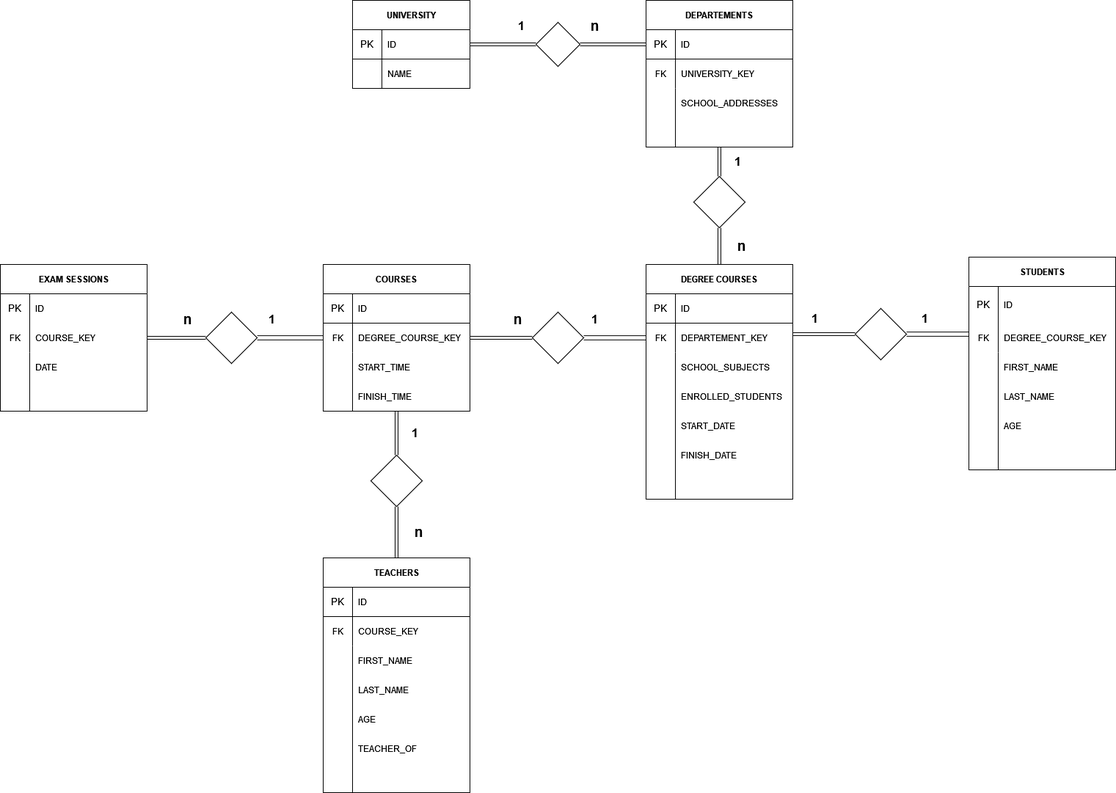
Above: img/Untitled Diagram.drawio.png in tiiaaaa/db-university (draw.io), before the change. Source tidied: cells renumbered, new cells last; positions are measured from the earlier drawing's top-left corner, leaving out a move shared by most shapes.
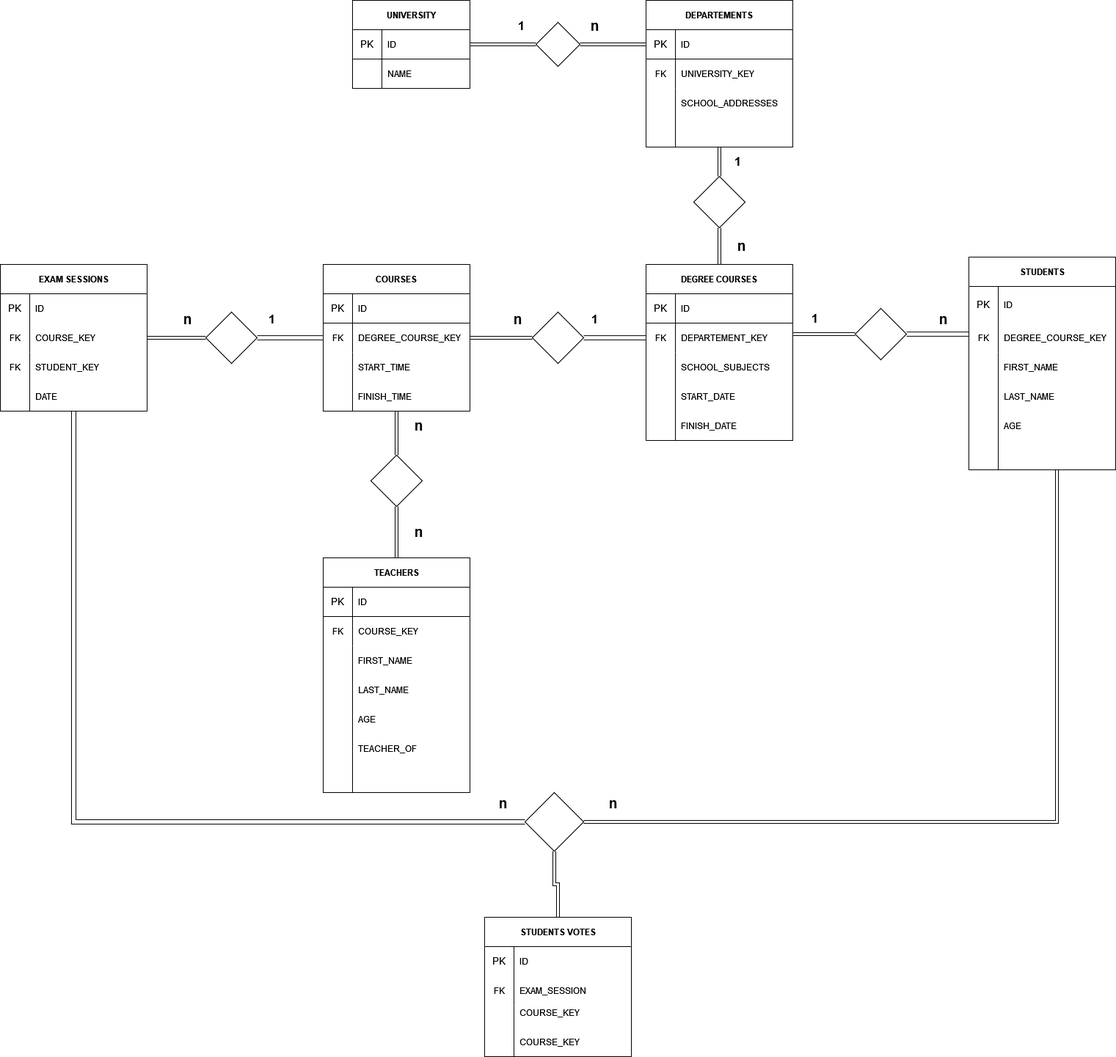
Above is the later version.

Commit message:
aggiunto penultimo punto e provato a eseguire l'ultimo punto della lista

Change to the diagram source:
```diff
@@ -81,7 +81,7 @@
       <mxGeometry relative="1" as="geometry" />
     </mxCell>
     <mxCell id="27" value="DEGREE COURSES" style="shape=table;startSize=40;rowLines=0;fontStyle=1;strokeColor=default;strokeWidth=1;swimlaneFillColor=none;" parent="1" vertex="1">
-      <mxGeometry x="880" y="360" width="200" height="320" as="geometry" />
+      <mxGeometry x="880" y="360" width="200" height="240" as="geometry" />
     </mxCell>
     <mxCell id="28" style="shape=tableRow;horizontal=0;startSize=0;swimlaneHead=0;swimlaneBody=0;top=0;left=0;bottom=0;right=0;fillColor=none;" parent="27" vertex="1">
       <mxGeometry y="40" width="200" height="40" as="geometry" />
@@ -119,7 +119,7 @@
       <mxGeometry x="910" y="120" width="20" height="80" as="geometry" />
     </mxCell>
     <mxCell id="39" style="line;strokeWidth=1;html=1;fontSize=19;direction=south;" parent="1" vertex="1">
-      <mxGeometry x="910" y="480" width="20" height="200" as="geometry" />
+      <mxGeometry x="910" y="480" width="20" height="120" as="geometry" />
     </mxCell>
     <mxCell id="40" value="&lt;b&gt;&lt;font style=&quot;font-size: 17px&quot;&gt;1&lt;/font&gt;&lt;/b&gt;" style="text;html=1;align=center;verticalAlign=middle;strokeColor=none;fillColor=none;fontSize=13;" parent="1" vertex="1">
       <mxGeometry x="995" y="210" width="20" height="20" as="geometry" />
@@ -214,9 +214,6 @@
     <mxCell id="70" value="TEACHER_OF" style="shape=partialRectangle;html=1;whiteSpace=wrap;fillColor=none;top=0;left=0;bottom=0;right=0;align=left;spacingLeft=6;overflow=hidden;" parent="1" vertex="1">
       <mxGeometry x="480" y="1000" width="160" height="40" as="geometry" />
     </mxCell>
-    <mxCell id="71" value="&lt;b&gt;&lt;font style=&quot;font-size: 17px&quot;&gt;1&lt;/font&gt;&lt;/b&gt;" style="text;html=1;align=center;verticalAlign=middle;strokeColor=none;fillColor=none;fontSize=13;" parent="1" vertex="1">
-      <mxGeometry x="555" y="580" width="20" height="20" as="geometry" />
-    </mxCell>
     <mxCell id="72" value="&lt;font style=&quot;font-size: 19px&quot;&gt;&lt;b&gt;n&lt;/b&gt;&lt;/font&gt;" style="text;html=1;align=center;verticalAlign=middle;strokeColor=none;fillColor=none;fontSize=17;" parent="1" vertex="1">
       <mxGeometry x="555" y="710" width="30" height="30" as="geometry" />
     </mxCell>
@@ -252,15 +249,19 @@
     <mxCell id="82" style="rhombus;whiteSpace=wrap;html=1;startSize=40;fontStyle=1;strokeWidth=1;swimlaneFillColor=none;" parent="1" vertex="1">
       <mxGeometry x="280" y="425" width="70" height="70" as="geometry" />
     </mxCell>
-    <mxCell id="83" value="ENROLLED_STUDENTS" style="shape=partialRectangle;html=1;whiteSpace=wrap;fillColor=none;top=0;left=0;bottom=0;right=0;align=left;spacingLeft=6;overflow=hidden;" parent="1" vertex="1">
-      <mxGeometry x="920" y="520" width="160" height="40" as="geometry" />
-    </mxCell>
     <mxCell id="84" value="&lt;b&gt;&lt;font style=&quot;font-size: 17px&quot;&gt;1&lt;/font&gt;&lt;/b&gt;" style="text;html=1;align=center;verticalAlign=middle;strokeColor=none;fillColor=none;fontSize=13;" parent="1" vertex="1">
       <mxGeometry x="360" y="425" width="20" height="20" as="geometry" />
     </mxCell>
     <mxCell id="85" value="&lt;font style=&quot;font-size: 19px&quot;&gt;&lt;b&gt;n&lt;/b&gt;&lt;/font&gt;" style="text;html=1;align=center;verticalAlign=middle;strokeColor=none;fillColor=none;fontSize=17;" parent="1" vertex="1">
       <mxGeometry x="240" y="420" width="30" height="30" as="geometry" />
     </mxCell>
+    <mxCell id="109" style="edgeStyle=orthogonalEdgeStyle;shape=link;rounded=0;jettySize=auto;html=1;fontSize=19;elbow=vertical;" parent="1" edge="1" source="86" target="112">
+      <mxGeometry relative="1" as="geometry">
+        <Array as="points">
+          <mxPoint x="1440" y="1120" />
+        </Array>
+      </mxGeometry>
+    </mxCell>
     <mxCell id="86" value="STUDENTS" style="shape=table;startSize=40;rowLines=0;fontStyle=1;strokeColor=default;strokeWidth=1;swimlaneFillColor=none;" parent="1" vertex="1">
       <mxGeometry x="1320" y="350" width="200" height="290" as="geometry" />
     </mxCell>
@@ -301,9 +302,6 @@
     <mxCell id="97" style="line;strokeWidth=1;html=1;fontSize=19;direction=south;" parent="1" vertex="1">
       <mxGeometry x="30" y="480" width="20" height="80" as="geometry" />
     </mxCell>
-    <mxCell id="98" value="&lt;b&gt;&lt;font style=&quot;font-size: 17px&quot;&gt;1&lt;/font&gt;&lt;/b&gt;" style="text;html=1;align=center;verticalAlign=middle;strokeColor=none;fillColor=none;fontSize=13;" parent="1" vertex="1">
-      <mxGeometry x="1250" y="424" width="20" height="20" as="geometry" />
-    </mxCell>
     <mxCell id="99" value="&lt;b&gt;&lt;font style=&quot;font-size: 17px&quot;&gt;1&lt;/font&gt;&lt;/b&gt;" style="text;html=1;align=center;verticalAlign=middle;strokeColor=none;fillColor=none;fontSize=13;" parent="1" vertex="1">
       <mxGeometry x="1100" y="424" width="20" height="20" as="geometry" />
     </mxCell>
@@ -320,13 +318,13 @@
       <mxGeometry x="480" y="920" width="160" height="40" as="geometry" />
     </mxCell>
     <mxCell id="104" value="DATE" style="shape=partialRectangle;html=1;whiteSpace=wrap;fillColor=none;top=0;left=0;bottom=0;right=0;align=left;spacingLeft=6;overflow=hidden;" parent="1" vertex="1">
-      <mxGeometry x="40" y="480" width="160" height="40" as="geometry" />
+      <mxGeometry x="40" y="520" width="160" height="40" as="geometry" />
     </mxCell>
     <mxCell id="105" value="START_DATE" style="shape=partialRectangle;html=1;whiteSpace=wrap;fillColor=none;top=0;left=0;bottom=0;right=0;align=left;spacingLeft=6;overflow=hidden;" parent="1" vertex="1">
-      <mxGeometry x="920" y="560" width="160" height="40" as="geometry" />
+      <mxGeometry x="920" y="520" width="160" height="40" as="geometry" />
     </mxCell>
     <mxCell id="106" value="FINISH_DATE" style="shape=partialRectangle;html=1;whiteSpace=wrap;fillColor=none;top=0;left=0;bottom=0;right=0;align=left;spacingLeft=6;overflow=hidden;" parent="1" vertex="1">
-      <mxGeometry x="920" y="600" width="160" height="40" as="geometry" />
+      <mxGeometry x="920" y="560" width="160" height="40" as="geometry" />
     </mxCell>
     <mxCell id="107" value="START_TIME" style="shape=partialRectangle;html=1;whiteSpace=wrap;fillColor=none;top=0;left=0;bottom=0;right=0;align=left;spacingLeft=6;overflow=hidden;" parent="1" vertex="1">
       <mxGeometry x="480" y="480" width="160" height="40" as="geometry" />
@@ -334,5 +332,67 @@
     <mxCell id="108" value="FINISH_TIME" style="shape=partialRectangle;html=1;whiteSpace=wrap;fillColor=none;top=0;left=0;bottom=0;right=0;align=left;spacingLeft=6;overflow=hidden;" parent="1" vertex="1">
       <mxGeometry x="480" y="520" width="160" height="40" as="geometry" />
     </mxCell>
+    <mxCell id="110" style="edgeStyle=orthogonalEdgeStyle;shape=link;rounded=0;jettySize=auto;html=1;fontSize=19;elbow=vertical;width=-6;" parent="1" edge="1" source="112">
+      <mxGeometry relative="1" as="geometry">
+        <mxPoint x="100" y="560" as="targetPoint" />
+        <Array as="points">
+          <mxPoint x="100" y="1120" />
+        </Array>
+      </mxGeometry>
+    </mxCell>
+    <mxCell id="111" style="edgeStyle=orthogonalEdgeStyle;shape=link;rounded=0;jettySize=auto;html=1;exitX=0.5;exitY=1;exitDx=0;exitDy=0;entryX=0.5;entryY=0;entryDx=0;entryDy=0;fontSize=19;elbow=vertical;" parent="1" edge="1" source="112" target="119">
+      <mxGeometry relative="1" as="geometry" />
+    </mxCell>
+    <mxCell id="112" style="rhombus;whiteSpace=wrap;html=1;startSize=40;fontStyle=1;strokeWidth=1;swimlaneFillColor=none;" parent="1" vertex="1">
+      <mxGeometry x="715" y="1080" width="80" height="80" as="geometry" />
+    </mxCell>
+    <mxCell id="113" value="&lt;font style=&quot;font-size: 19px&quot;&gt;&lt;b&gt;n&lt;/b&gt;&lt;/font&gt;" style="text;html=1;align=center;verticalAlign=middle;strokeColor=none;fillColor=none;fontSize=17;" parent="1" vertex="1">
+      <mxGeometry x="1270" y="420" width="30" height="30" as="geometry" />
+    </mxCell>
+    <mxCell id="114" value="&lt;font style=&quot;font-size: 19px&quot;&gt;&lt;b&gt;n&lt;/b&gt;&lt;/font&gt;" style="text;html=1;align=center;verticalAlign=middle;strokeColor=none;fillColor=none;fontSize=17;" parent="1" vertex="1">
+      <mxGeometry x="555" y="565" width="30" height="30" as="geometry" />
+    </mxCell>
+    <mxCell id="115" value="&lt;font style=&quot;font-size: 19px&quot;&gt;&lt;b&gt;n&lt;/b&gt;&lt;/font&gt;" style="text;html=1;align=center;verticalAlign=middle;strokeColor=none;fillColor=none;fontSize=17;" parent="1" vertex="1">
+      <mxGeometry x="670" y="1080" width="30" height="30" as="geometry" />
+    </mxCell>
+    <mxCell id="116" value="&lt;font style=&quot;font-size: 19px&quot;&gt;&lt;b&gt;n&lt;/b&gt;&lt;/font&gt;" style="text;html=1;align=center;verticalAlign=middle;strokeColor=none;fillColor=none;fontSize=17;" parent="1" vertex="1">
+      <mxGeometry x="820" y="1080" width="30" height="30" as="geometry" />
+    </mxCell>
+    <mxCell id="117" value="FK" style="shape=partialRectangle;html=1;whiteSpace=wrap;fillColor=none;top=0;left=0;bottom=0;right=0;overflow=hidden;" parent="1" vertex="1">
+      <mxGeometry y="480" width="40" height="40" as="geometry" />
+    </mxCell>
+    <mxCell id="118" value="STUDENT_KEY" style="shape=partialRectangle;html=1;whiteSpace=wrap;fillColor=none;top=0;left=0;bottom=0;right=0;align=left;spacingLeft=6;overflow=hidden;" parent="1" vertex="1">
+      <mxGeometry x="40" y="480" width="160" height="40" as="geometry" />
+    </mxCell>
+    <mxCell id="119" value="STUDENTS VOTES" style="shape=table;startSize=40;rowLines=0;fontStyle=1;strokeColor=default;strokeWidth=1;swimlaneFillColor=none;" parent="1" vertex="1">
+      <mxGeometry x="660" y="1250" width="200" height="190" as="geometry" />
+    </mxCell>
+    <mxCell id="120" style="shape=tableRow;horizontal=0;startSize=0;swimlaneHead=0;swimlaneBody=0;top=0;left=0;bottom=0;right=0;fillColor=none;" parent="119" vertex="1">
+      <mxGeometry y="40" width="200" height="40" as="geometry" />
+    </mxCell>
+    <mxCell id="121" value="&lt;font style=&quot;font-size: 13px&quot;&gt;PK&lt;/font&gt;" style="shape=partialRectangle;html=1;whiteSpace=wrap;fillColor=none;top=0;left=0;bottom=0;right=0;overflow=hidden;" parent="120" vertex="1">
+      <mxGeometry width="40" height="40" as="geometry" />
+    </mxCell>
+    <mxCell id="122" value="ID" style="shape=partialRectangle;html=1;whiteSpace=wrap;fillColor=none;top=0;left=0;bottom=0;right=0;align=left;spacingLeft=6;overflow=hidden;" parent="120" vertex="1">
+      <mxGeometry x="40" width="160" height="40" as="geometry" />
+    </mxCell>
+    <mxCell id="123" style="shape=tableRow;horizontal=0;startSize=0;swimlaneHead=0;swimlaneBody=0;top=0;left=0;bottom=0;right=0;fillColor=none;" parent="119" vertex="1">
+      <mxGeometry y="80" width="200" height="40" as="geometry" />
+    </mxCell>
+    <mxCell id="124" value="FK" style="shape=partialRectangle;html=1;whiteSpace=wrap;fillColor=none;top=0;left=0;bottom=0;right=0;overflow=hidden;" parent="123" vertex="1">
+      <mxGeometry width="40" height="40" as="geometry" />
+    </mxCell>
+    <mxCell id="125" value="EXAM_SESSION" style="shape=partialRectangle;html=1;whiteSpace=wrap;fillColor=none;top=0;left=0;bottom=0;right=0;align=left;spacingLeft=6;overflow=hidden;" parent="123" vertex="1">
+      <mxGeometry x="40" width="160" height="40" as="geometry" />
+    </mxCell>
+    <mxCell id="126" style="line;strokeWidth=1;html=1;fontSize=19;direction=south;" parent="1" vertex="1">
+      <mxGeometry x="690" y="1370" width="20" height="70" as="geometry" />
+    </mxCell>
+    <mxCell id="127" value="COURSE_KEY" style="shape=partialRectangle;html=1;whiteSpace=wrap;fillColor=none;top=0;left=0;bottom=0;right=0;align=left;spacingLeft=6;overflow=hidden;" parent="1" vertex="1">
+      <mxGeometry x="700" y="1360" width="160" height="40" as="geometry" />
+    </mxCell>
+    <mxCell id="128" value="COURSE_KEY" style="shape=partialRectangle;html=1;whiteSpace=wrap;fillColor=none;top=0;left=0;bottom=0;right=0;align=left;spacingLeft=6;overflow=hidden;" parent="1" vertex="1">
+      <mxGeometry x="700" y="1400" width="160" height="40" as="geometry" />
+    </mxCell>
   </root>
 </mxGraphModel>
```
